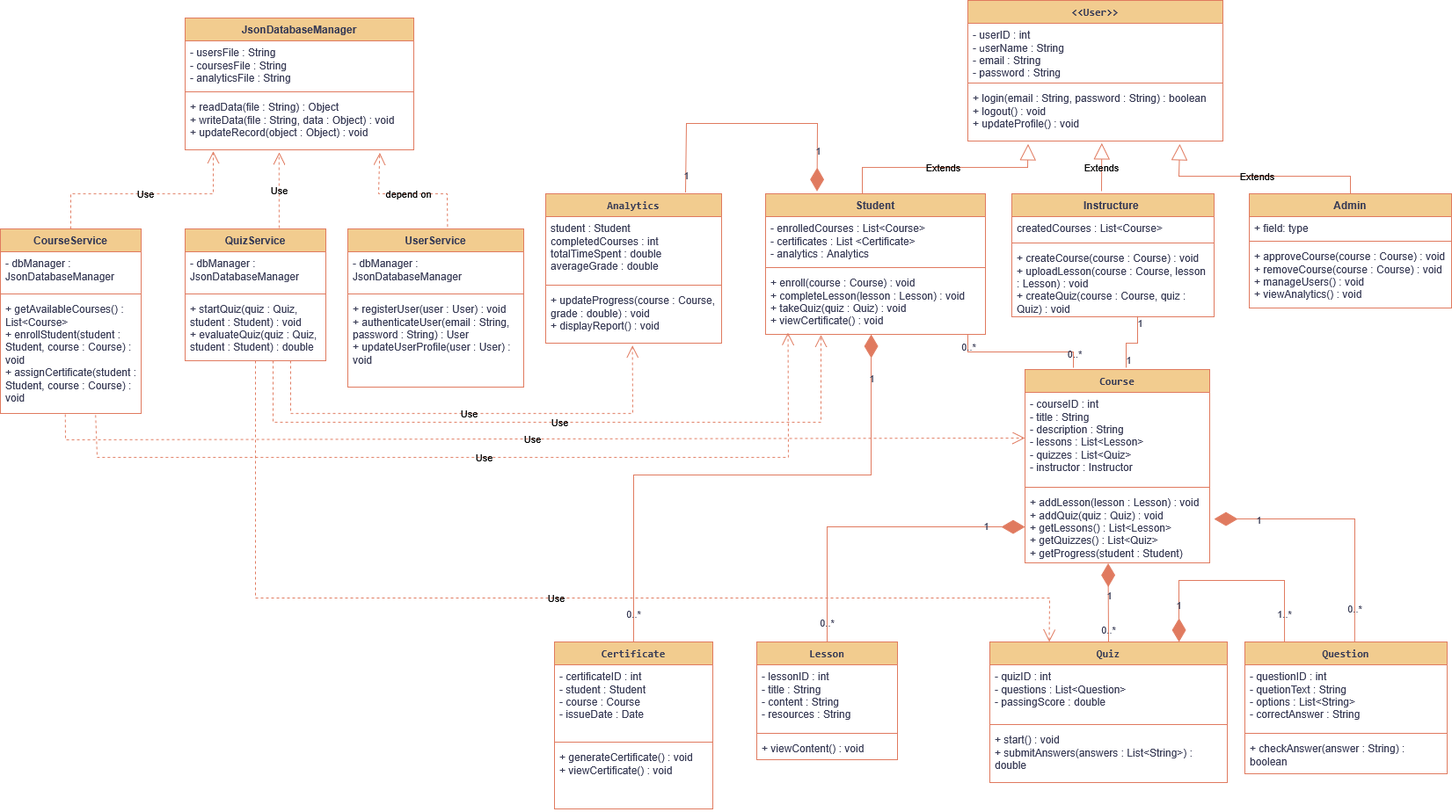
Earlier version of the draw.io export exports/class.drawio.png (Mohamed-Bahig/SkillForge-UML-Design). Source tidied: cells renumbered, new cells last; positions are measured from the earlier drawing's top-left corner, leaving out a move shared by most shapes.
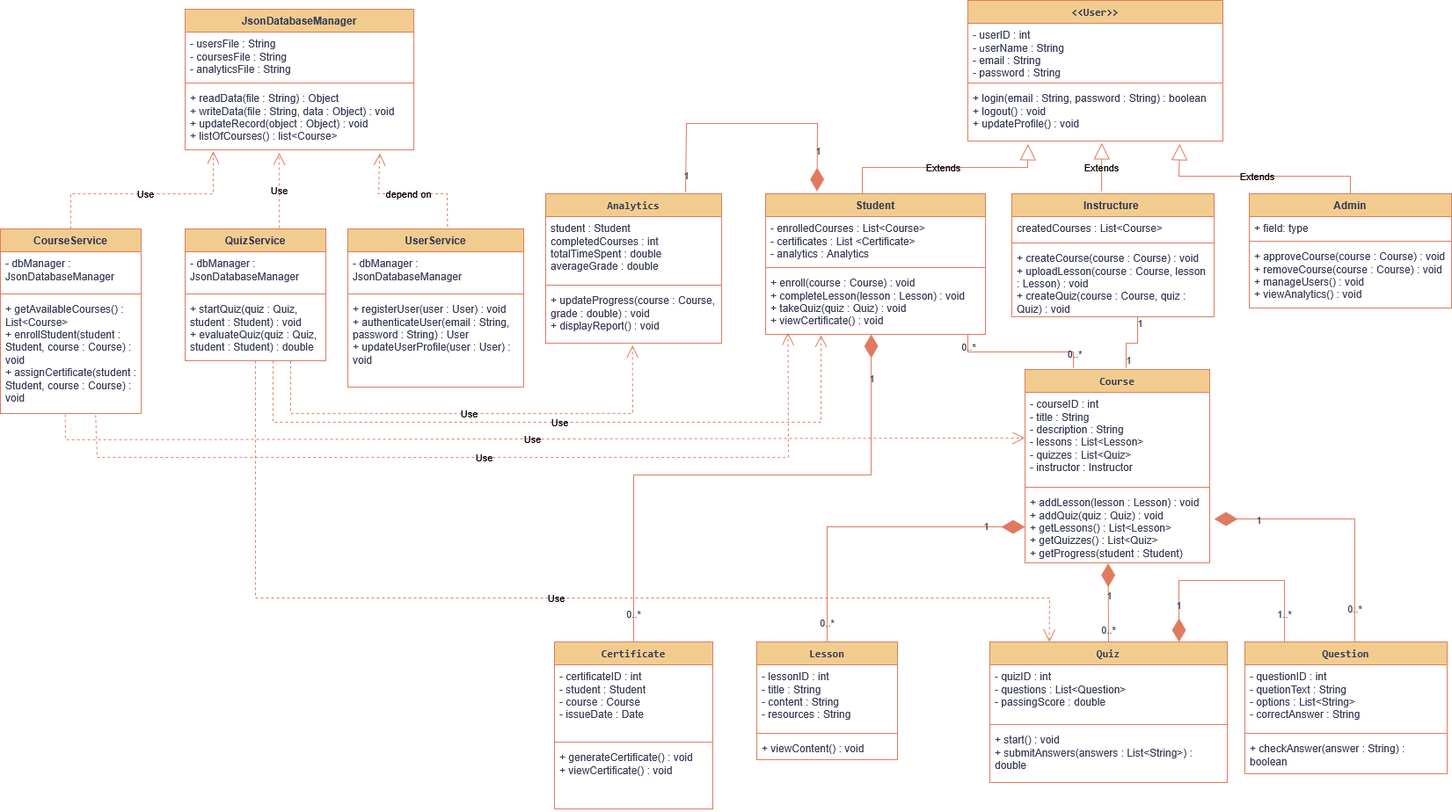
The same diagram one commit later.

Diff of the diagram source:
```diff
@@ -170,7 +170,7 @@
       <mxGeometry y="108" width="200" height="62" as="geometry" />
     </mxCell>
     <mxCell id="51" value="JsonDatabaseManager" style="swimlane;fontStyle=1;align=center;verticalAlign=top;horizontal=1;startSize=26;whiteSpace=wrap;html=1;labelBackgroundColor=none;fillColor=#F2CC8F;strokeColor=#E07A5F;fontColor=#393C56;" parent="1" vertex="1">
-      <mxGeometry x="210" y="20" width="260" height="150" as="geometry" />
+      <mxGeometry x="210" y="10" width="260" height="160" as="geometry" />
     </mxCell>
     <mxCell id="52" value="&lt;div&gt;- usersFile : String&lt;/div&gt;&lt;div&gt;- coursesFile : String&lt;/div&gt;- analyticsFile : String" style="text;strokeColor=none;fillColor=none;align=left;verticalAlign=top;spacingLeft=4;spacingRight=4;overflow=hidden;whiteSpace=wrap;html=1;labelBackgroundColor=none;fontColor=#393C56;" parent="51" vertex="1">
       <mxGeometry y="26" width="260" height="54" as="geometry" />
@@ -178,8 +178,8 @@
     <mxCell id="53" style="line;strokeWidth=1;fillColor=none;align=left;verticalAlign=middle;spacingTop=-1;spacingLeft=3;spacingRight=3;labelPosition=right;strokeColor=#E07A5F;labelBackgroundColor=none;fontColor=#393C56;" parent="51" vertex="1">
       <mxGeometry y="80" width="260" height="8" as="geometry" />
     </mxCell>
-    <mxCell id="54" value="&lt;div&gt;+ readData(file : String) : Object&lt;/div&gt;&lt;div&gt;+ writeData(file : String, data : Object) : void&lt;/div&gt;&lt;div&gt;+ updateRecord(object : Object) : void&lt;/div&gt;" style="text;strokeColor=none;fillColor=none;align=left;verticalAlign=top;spacingLeft=4;spacingRight=4;overflow=hidden;points=[[0,0.5],[1,0.5]];portConstraint=eastwest;whiteSpace=wrap;html=1;labelBackgroundColor=none;fontColor=#393C56;" parent="51" vertex="1">
-      <mxGeometry y="88" width="260" height="62" as="geometry" />
+    <mxCell id="54" value="&lt;div&gt;+ readData(file : String) : Object&lt;/div&gt;&lt;div&gt;+ writeData(file : String, data : Object) : void&lt;/div&gt;&lt;div&gt;+ updateRecord(object : Object) : void&lt;/div&gt;&lt;div&gt;+ listOfCour&lt;span style=&quot;white-space: pre;&quot;&gt;ses() &lt;/span&gt;: list&amp;lt;Course&amp;gt;&lt;/div&gt;" style="text;strokeColor=none;fillColor=none;align=left;verticalAlign=top;spacingLeft=4;spacingRight=4;overflow=hidden;points=[[0,0.5],[1,0.5]];portConstraint=eastwest;whiteSpace=wrap;html=1;labelBackgroundColor=none;fontColor=#393C56;" parent="51" vertex="1">
+      <mxGeometry y="88" width="260" height="72" as="geometry" />
     </mxCell>
     <mxCell id="55" value="UserService" style="swimlane;fontStyle=1;align=center;verticalAlign=top;horizontal=1;startSize=26;whiteSpace=wrap;html=1;labelBackgroundColor=none;fillColor=#F2CC8F;strokeColor=#E07A5F;fontColor=#393C56;" parent="1" vertex="1">
       <mxGeometry x="395" y="260" width="200" height="180" as="geometry" />
```
